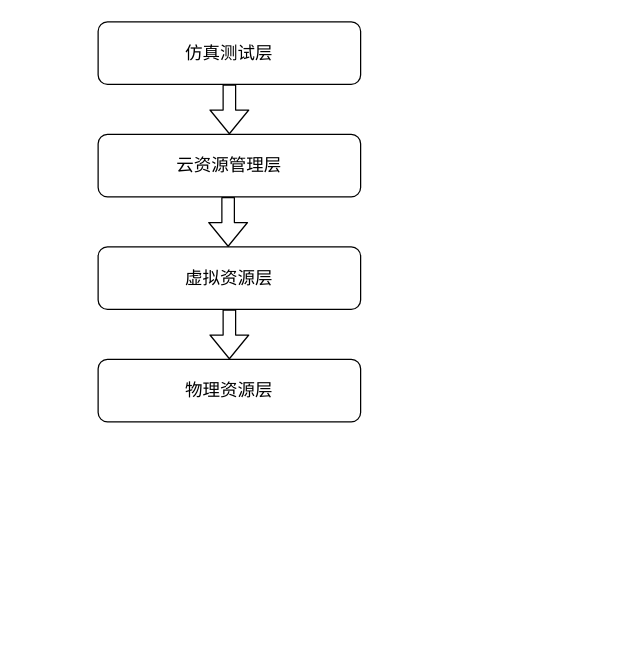
The draw.io diagram page "逻辑架构" (5 of 8) of 网络仿真系统.drawio in Icarus1994/neutron_conf, before the edit. Source tidied: cells renumbered, new cells numbered last; positions are measured from the earlier drawing's top-left corner, leaving out a move shared by most shapes. Both pictures are drawn from the tidied source at 125%, with x=0, y=0 at pixel (98, 21).
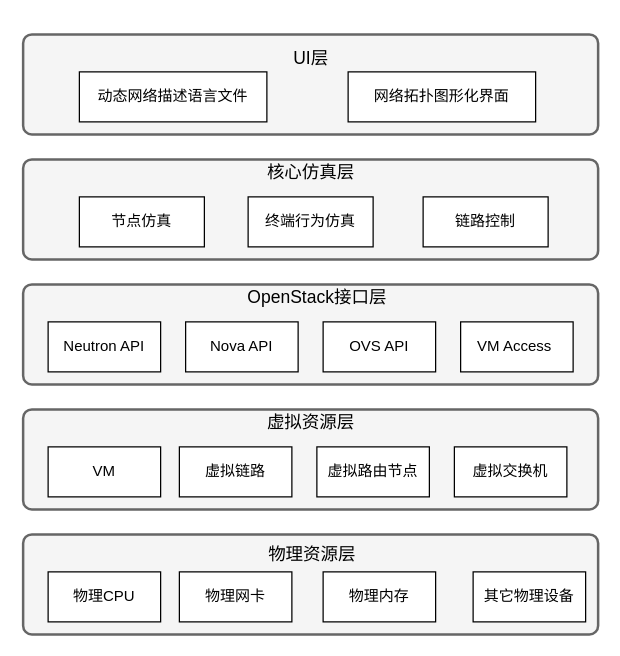
The same page after the edit.

Diff of the diagram source:
```diff
@@
-    <mxCell id="2" value="&lt;span style=&quot;white-space: normal&quot;&gt;&lt;font style=&quot;font-size: 14px&quot;&gt;仿真测试层&lt;/font&gt;&lt;/span&gt;" style="rounded=1;whiteSpace=wrap;html=1;" parent="1" vertex="1">
-      <mxGeometry width="210" height="50" as="geometry" />
-    </mxCell>
+    <mxCell id="9" style="rounded=1;whiteSpace=wrap;html=1;absoluteArcSize=1;arcSize=14;strokeWidth=2;fillColor=#f5f5f5;strokeColor=#666666;fontColor=#333333;" parent="1" vertex="1">
+      <mxGeometry x="-60" y="10" width="460" height="80" as="geometry" />
+    </mxCell>
+    <mxCell id="10" value="动态网络描述语言文件" style="rounded=0;whiteSpace=wrap;html=1;" parent="1" vertex="1">
+      <mxGeometry x="-15" y="40" width="150" height="40" as="geometry" />
+    </mxCell>
+    <mxCell id="11" value="网络拓扑图形化界面" style="rounded=0;whiteSpace=wrap;html=1;" parent="1" vertex="1">
+      <mxGeometry x="200" y="40" width="150" height="40" as="geometry" />
+    </mxCell>
+    <mxCell id="12" style="rounded=1;whiteSpace=wrap;html=1;absoluteArcSize=1;arcSize=14;strokeWidth=2;fillColor=#f5f5f5;strokeColor=#666666;fontColor=#333333;" parent="1" vertex="1">
+      <mxGeometry x="-60" y="110" width="460" height="80" as="geometry" />
+    </mxCell>
+    <mxCell id="13" value="节点仿真" style="rounded=0;whiteSpace=wrap;html=1;" parent="1" vertex="1">
+      <mxGeometry x="-15" y="140" width="100" height="40" as="geometry" />
+    </mxCell>
+    <mxCell id="14" value="终端行为仿真" style="rounded=0;whiteSpace=wrap;html=1;" parent="1" vertex="1">
+      <mxGeometry x="120" y="140" width="100" height="40" as="geometry" />
+    </mxCell>
+    <mxCell id="15" value="链路控制" style="rounded=0;whiteSpace=wrap;html=1;" parent="1" vertex="1">
+      <mxGeometry x="260" y="140" width="100" height="40" as="geometry" />
+    </mxCell>
+    <mxCell id="16" style="rounded=1;whiteSpace=wrap;html=1;absoluteArcSize=1;arcSize=14;strokeWidth=2;fillColor=#f5f5f5;strokeColor=#666666;fontColor=#333333;" parent="1" vertex="1">
+      <mxGeometry x="-60" y="210" width="460" height="80" as="geometry" />
+    </mxCell>
+    <mxCell id="17" value="Neutron API" style="rounded=0;whiteSpace=wrap;html=1;" parent="1" vertex="1">
+      <mxGeometry x="-40" y="240" width="90" height="40" as="geometry" />
+    </mxCell>
+    <mxCell id="18" value="Nova API" style="rounded=0;whiteSpace=wrap;html=1;" parent="1" vertex="1">
+      <mxGeometry x="70" y="240" width="90" height="40" as="geometry" />
+    </mxCell>
+    <mxCell id="19" value="OVS API" style="rounded=0;whiteSpace=wrap;html=1;" parent="1" vertex="1">
+      <mxGeometry x="180" y="240" width="90" height="40" as="geometry" />
+    </mxCell>
+    <mxCell id="20" style="rounded=1;whiteSpace=wrap;html=1;absoluteArcSize=1;arcSize=14;strokeWidth=2;fillColor=#f5f5f5;strokeColor=#666666;fontColor=#333333;" parent="1" vertex="1">
+      <mxGeometry x="-60" y="310" width="460" height="80" as="geometry" />
+    </mxCell>
+    <mxCell id="21" value="VM" style="rounded=0;whiteSpace=wrap;html=1;" parent="1" vertex="1">
+      <mxGeometry x="-40" y="340" width="90" height="40" as="geometry" />
+    </mxCell>
+    <mxCell id="22" value="虚拟链路" style="rounded=0;whiteSpace=wrap;html=1;" parent="1" vertex="1">
+      <mxGeometry x="65" y="340" width="90" height="40" as="geometry" />
+    </mxCell>
+    <mxCell id="23" value="虚拟路由节点" style="rounded=0;whiteSpace=wrap;html=1;" parent="1" vertex="1">
+      <mxGeometry x="175" y="340" width="90" height="40" as="geometry" />
+    </mxCell>
+    <mxCell id="24" style="rounded=1;whiteSpace=wrap;html=1;absoluteArcSize=1;arcSize=14;strokeWidth=2;fillColor=#f5f5f5;strokeColor=#666666;fontColor=#333333;" parent="1" vertex="1">
+      <mxGeometry x="-60" y="410" width="460" height="80" as="geometry" />
+    </mxCell>
+    <mxCell id="25" value="物理CPU" style="rounded=0;whiteSpace=wrap;html=1;" parent="1" vertex="1">
+      <mxGeometry x="-40" y="440" width="90" height="40" as="geometry" />
+    </mxCell>
+    <mxCell id="26" value="物理网卡" style="rounded=0;whiteSpace=wrap;html=1;" parent="1" vertex="1">
+      <mxGeometry x="65" y="440" width="90" height="40" as="geometry" />
+    </mxCell>
+    <mxCell id="27" value="物理内存" style="rounded=0;whiteSpace=wrap;html=1;" parent="1" vertex="1">
+      <mxGeometry x="180" y="440" width="90" height="40" as="geometry" />
+    </mxCell>
+    <mxCell id="28" value="其它物理设备" style="rounded=0;whiteSpace=wrap;html=1;" parent="1" vertex="1">
+      <mxGeometry x="300" y="440" width="90" height="40" as="geometry" />
+    </mxCell>
+    <mxCell id="29" value="VM Access&amp;nbsp;" style="rounded=0;whiteSpace=wrap;html=1;" parent="1" vertex="1">
+      <mxGeometry x="290" y="240" width="90" height="40" as="geometry" />
+    </mxCell>
+    <mxCell id="30" value="虚拟交换机" style="rounded=0;whiteSpace=wrap;html=1;" parent="1" vertex="1">
+      <mxGeometry x="285" y="340" width="90" height="40" as="geometry" />
+    </mxCell>
+    <mxCell id="31" value="&lt;span style=&quot;font-size: 14px;&quot;&gt;UI层&lt;/span&gt;" style="text;html=1;align=center;verticalAlign=middle;fontSize=14;" parent="1" vertex="1">
+      <mxGeometry x="150" y="19" width="40" height="20" as="geometry" />
+    </mxCell>
+    <mxCell id="32" value="&lt;span style=&quot;font-size: 14px&quot;&gt;核心仿真层&lt;/span&gt;" style="text;html=1;align=center;verticalAlign=middle;fontSize=14;" parent="1" vertex="1">
+      <mxGeometry x="125" y="110" width="90" height="20" as="geometry" />
+    </mxCell>
+    <mxCell id="33" value="&lt;span style=&quot;font-size: 14px&quot;&gt;OpenStack接口层&lt;/span&gt;" style="text;html=1;align=center;verticalAlign=middle;fontSize=14;" parent="1" vertex="1">
+      <mxGeometry x="110" y="210" width="130" height="20" as="geometry" />
+    </mxCell>
+    <mxCell id="5" value="&lt;span style=&quot;font-size: 14px&quot;&gt;虚拟资源层&lt;/span&gt;" style="text;html=1;align=center;verticalAlign=middle;fontSize=14;" parent="1" vertex="1">
+      <mxGeometry x="125" y="310" width="90" height="20" as="geometry" />
+    </mxCell>
-    <mxCell id="3" value="&lt;span style=&quot;white-space: normal&quot;&gt;&lt;font style=&quot;font-size: 14px&quot;&gt;物理资源层&lt;/font&gt;&lt;/span&gt;" style="rounded=1;whiteSpace=wrap;html=1;" parent="1" vertex="1">
-      <mxGeometry y="270" width="210" height="50" as="geometry" />
+    <mxCell id="3" value="&lt;span style=&quot;font-size: 14px&quot;&gt;物理资源层&lt;/span&gt;" style="text;html=1;align=center;verticalAlign=middle;fontSize=14;" parent="1" vertex="1">
+      <mxGeometry x="126" y="416" width="90" height="20" as="geometry" />
     </mxCell>
-    <mxCell id="4" value="&lt;font style=&quot;font-size: 14px&quot;&gt;云资源管理层&lt;/font&gt;" style="rounded=1;whiteSpace=wrap;html=1;" parent="1" vertex="1">
-      <mxGeometry y="90" width="210" height="50" as="geometry" />
-    </mxCell>
-    <mxCell id="5" value="&lt;span style=&quot;white-space: normal&quot;&gt;&lt;font style=&quot;font-size: 14px&quot;&gt;虚拟资源层&lt;/font&gt;&lt;/span&gt;" style="rounded=1;whiteSpace=wrap;html=1;" parent="1" vertex="1">
-      <mxGeometry y="180" width="210" height="50" as="geometry" />
-    </mxCell>
-    <mxCell id="6" style="shape=flexArrow;endArrow=classic;html=1;" parent="1" edge="1">
-      <mxGeometry relative="1" as="geometry">
-        <mxPoint x="105" y="50" as="sourcePoint" />
-        <mxPoint x="105" y="90" as="targetPoint" />
-      </mxGeometry>
-    </mxCell>
-    <mxCell id="7" style="shape=flexArrow;endArrow=classic;html=1;" parent="1" edge="1">
-      <mxGeometry relative="1" as="geometry">
-        <mxPoint x="105" y="230" as="sourcePoint" />
-        <mxPoint x="105" y="270" as="targetPoint" />
-      </mxGeometry>
-    </mxCell>
-    <mxCell id="8" style="shape=flexArrow;endArrow=classic;html=1;" parent="1" edge="1">
-      <mxGeometry relative="1" as="geometry">
-        <mxPoint x="104" y="140" as="sourcePoint" />
-        <mxPoint x="104" y="180" as="targetPoint" />
-      </mxGeometry>
-    </mxCell>
```
